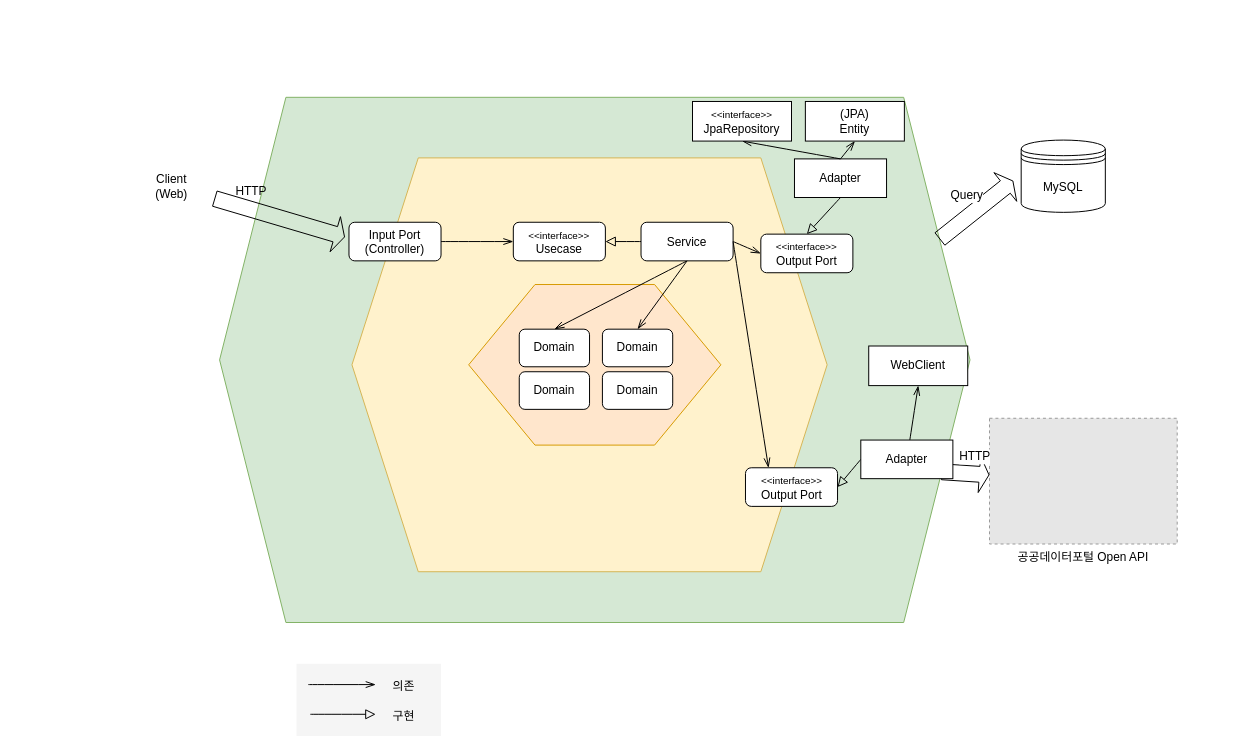
Above: TOOU 아키텍처.drawio in hunnypooh/drawio (draw.io), before the change. Source tidied: cells renumbered, new cells numbered last; positions are measured from the earlier drawing's top-left corner, leaving out a move shared by most shapes. Both pictures are drawn from the tidied source at 99%, with x=0, y=0 at pixel (135, 97). Pictures stored in the file or linked from it are replaced by grey dashed boxes.
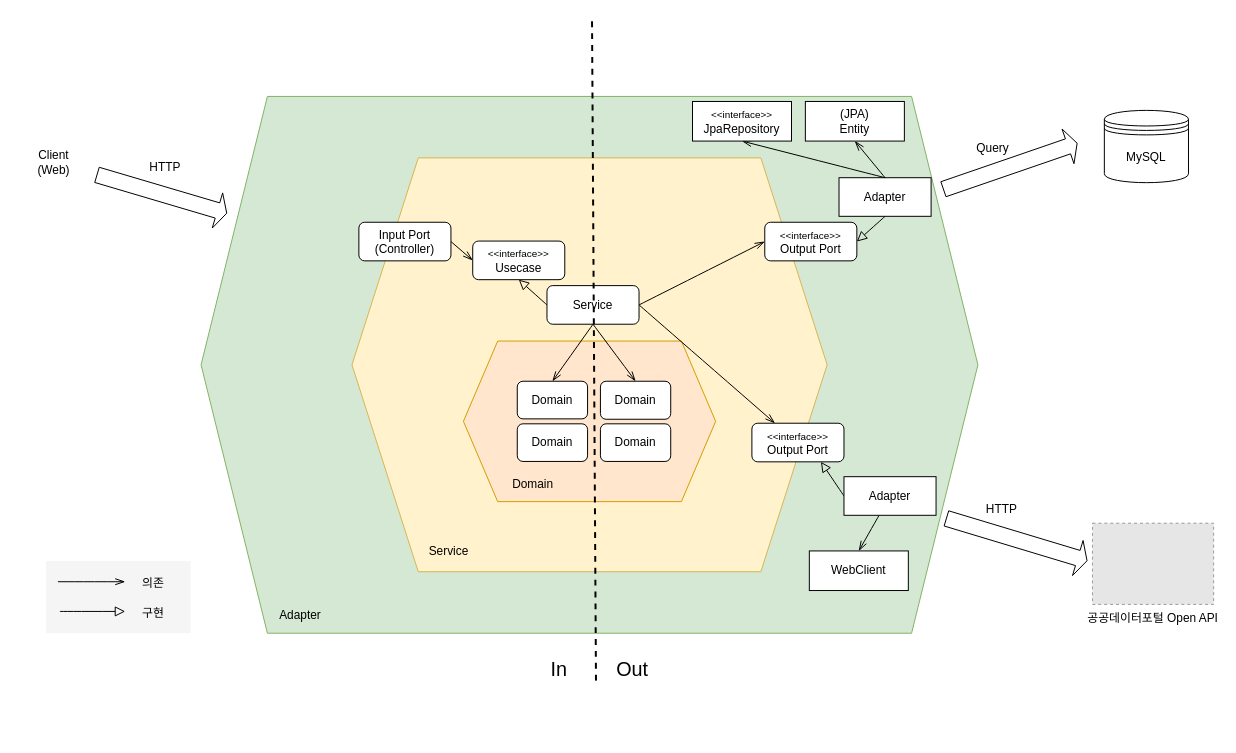
The same page after the edit.

Commit message (it also covers changes not shown here):
TOOU 아키텍처.drawio 업데이트

What changed in the source:
```diff
@@
     <mxCell id="2" style="rounded=0;whiteSpace=wrap;html=1;fillColor=#f5f5f5;fontColor=#333333;strokeColor=none;" parent="1" vertex="1">
-      <mxGeometry x="163" y="572" width="146" height="73" as="geometry" />
+      <mxGeometry x="-90" y="468.1" width="146" height="73" as="geometry" />
     </mxCell>
     <mxCell id="3" style="shape=hexagon;perimeter=hexagonPerimeter2;whiteSpace=wrap;html=1;fixedSize=1;size=67;strokeColor=#82b366;fillColor=#d5e8d4;" parent="1" vertex="1">
-      <mxGeometry x="85.3" y="-0.2" width="758" height="530.5" as="geometry" />
+      <mxGeometry x="66.6" y="-1.1" width="784.7" height="542.2" as="geometry" />
     </mxCell>
@@
     <mxCell id="5" style="shape=flexArrow;endArrow=classic;html=1;rounded=0;fontSize=12;startSize=8;endSize=2.92;curved=1;width=16;" parent="1" edge="1">
       <mxGeometry relative="1" as="geometry">
-        <mxPoint x="80" y="102" as="sourcePoint" />
-        <mxPoint x="212" y="141" as="targetPoint" />
+        <mxPoint x="-39" y="78" as="sourcePoint" />
+        <mxPoint x="93" y="117" as="targetPoint" />
       </mxGeometry>
     </mxCell>
     <mxCell id="6" value="HTTP" style="text;html=1;align=center;verticalAlign=middle;whiteSpace=wrap;rounded=0;rotation=0;" parent="1" vertex="1">
-      <mxGeometry x="85" y="78" width="65" height="34" as="geometry" />
+      <mxGeometry x="-2" y="54" width="65" height="34" as="geometry" />
     </mxCell>
     <mxCell id="7" value="Client&lt;div&gt;(Web)&lt;/div&gt;" style="text;html=1;align=center;verticalAlign=middle;whiteSpace=wrap;rounded=0;" parent="1" vertex="1">
-      <mxGeometry y="67" width="74" height="45" as="geometry" />
+      <mxGeometry x="-119" y="43" width="74" height="45" as="geometry" />
     </mxCell>
-    <mxCell id="8" style="shape=flexArrow;endArrow=classic;html=1;rounded=0;fontSize=12;startSize=8;endSize=2.92;curved=1;width=16;exitX=1;exitY=0.25;exitDx=0;exitDy=0;" parent="1" edge="1" source="3">
+    <mxCell id="8" style="shape=flexArrow;endArrow=classic;html=1;rounded=0;fontSize=12;startSize=8;endSize=2.92;curved=1;width=16;exitX=0.952;exitY=0.212;exitDx=0;exitDy=0;exitPerimeter=0;" parent="1" edge="1">
       <mxGeometry relative="1" as="geometry">
-        <mxPoint x="887" y="84" as="targetPoint" />
+        <mxPoint x="816" y="92.8" as="sourcePoint" />
+        <mxPoint x="952" y="46" as="targetPoint" />
       </mxGeometry>
     </mxCell>
@@
     <mxCell id="10" value="MySQL" style="shape=datastore;whiteSpace=wrap;html=1;" parent="1" vertex="1">
-      <mxGeometry x="895" y="43" width="85" height="73" as="geometry" />
+      <mxGeometry x="979" y="13" width="85" height="73" as="geometry" />
     </mxCell>
     <mxCell id="11" value="공공데이터포털 Open API" style="fillColor=#E6E6E6;strokeColor=#999999;dashed=1;verticalLabelPosition=bottom;labelBackgroundColor=default;verticalAlign=top;" parent="1" vertex="1">
-      <mxGeometry x="863" y="324" width="189.6" height="127" as="geometry" />
+      <mxGeometry x="967" y="430" width="122.4" height="82" as="geometry" />
     </mxCell>
-    <mxCell id="12" style="shape=flexArrow;endArrow=classic;html=1;rounded=0;fontSize=12;startSize=8;endSize=2.92;curved=1;width=16;exitX=0.962;exitY=0.713;exitDx=0;exitDy=0;exitPerimeter=0;" parent="1" edge="1" source="3" target="11">
-      <mxGeometry relative="1" as="geometry" />
-    </mxCell>
-    <mxCell id="13" value="HTTP" style="edgeLabel;html=1;align=center;verticalAlign=middle;fontSize=12;" parent="12" vertex="1">
-      <mxGeometry x="-0.29" y="5" relative="1" as="geometry">
-        <mxPoint x="16" y="-12" as="offset" />
-      </mxGeometry>
-    </mxCell>
-    <mxCell id="14" style="shape=hexagon;perimeter=hexagonPerimeter2;whiteSpace=wrap;html=1;fixedSize=1;size=67;strokeColor=#d79b00;fillColor=#ffe6cc;" parent="1" vertex="1">
-      <mxGeometry x="336.9" y="188.9" width="254.8" height="162.2" as="geometry" />
+    <mxCell id="14" style="shape=hexagon;perimeter=hexagonPerimeter2;whiteSpace=wrap;html=1;fixedSize=1;size=34.61529411764744;strokeColor=#d79b00;fillColor=#ffe6cc;" parent="1" vertex="1">
+      <mxGeometry x="331.6" y="246" width="254.8" height="162.2" as="geometry" />
     </mxCell>
@@
     <mxCell id="16" value="Adapter" style="rounded=1;whiteSpace=wrap;html=1;rotation=0;arcSize=0;" parent="1" vertex="1">
-      <mxGeometry x="666" y="62" width="93" height="39" as="geometry" />
+      <mxGeometry x="711" y="81" width="93" height="39" as="geometry" />
     </mxCell>
     <mxCell id="17" value="&lt;div&gt;&lt;span style=&quot;background-color: transparent; color: light-dark(rgb(0, 0, 0), rgb(255, 255, 255));&quot;&gt;Domain&lt;/span&gt;&lt;/div&gt;" style="rounded=1;whiteSpace=wrap;html=1;rotation=0;" parent="1" vertex="1">
-      <mxGeometry x="388" y="234" width="71" height="38" as="geometry" />
+      <mxGeometry x="386" y="286.6" width="71" height="38" as="geometry" />
     </mxCell>
@@
-    <mxCell id="19" style="edgeStyle=none;curved=1;rounded=0;jettySize=auto;html=1;entryX=0.5;entryY=0;entryDx=0;entryDy=0;fontSize=12;startSize=8;endSize=8;endArrow=block;endFill=0;exitX=0.5;exitY=1;exitDx=0;exitDy=0;" parent="1" edge="1" source="16" target="28">
+    <mxCell id="19" style="edgeStyle=none;curved=1;rounded=0;jettySize=auto;html=1;entryX=1;entryY=0.5;entryDx=0;entryDy=0;fontSize=12;startSize=8;endSize=8;endArrow=block;endFill=0;exitX=0.5;exitY=1;exitDx=0;exitDy=0;" parent="1" edge="1" source="16" target="28">
       <mxGeometry relative="1" as="geometry" />
     </mxCell>
-    <mxCell id="20" style="edgeStyle=none;curved=1;rounded=0;jettySize=auto;html=1;entryX=1;entryY=0.5;entryDx=0;entryDy=0;fontSize=12;startSize=8;endSize=8;endArrow=block;endFill=0;exitX=0;exitY=0.5;exitDx=0;exitDy=0;" parent="1" edge="1" source="32" target="29">
+    <mxCell id="20" style="edgeStyle=none;curved=1;rounded=0;jettySize=auto;html=1;entryX=0.75;entryY=1;entryDx=0;entryDy=0;fontSize=12;startSize=8;endSize=8;endArrow=block;endFill=0;exitX=0;exitY=0.5;exitDx=0;exitDy=0;" parent="1" edge="1" source="32" target="29">
       <mxGeometry relative="1" as="geometry" />
     </mxCell>
@@
-    <mxCell id="22" style="edgeStyle=none;curved=1;rounded=0;jettySize=auto;html=1;fontSize=12;startSize=8;endSize=8;endArrow=openThin;endFill=0;entryX=0.5;entryY=1;entryDx=0;entryDy=0;" parent="1" edge="1" source="32" target="33">
+    <mxCell id="22" style="edgeStyle=none;curved=1;rounded=0;jettySize=auto;html=1;fontSize=12;startSize=8;endSize=8;endArrow=openThin;endFill=0;entryX=0.5;entryY=0;entryDx=0;entryDy=0;" parent="1" edge="1" source="32" target="33">
       <mxGeometry relative="1" as="geometry" />
     </mxCell>
-    <mxCell id="23" style="edgeStyle=none;curved=1;rounded=0;jettySize=auto;html=1;entryX=1;entryY=0.5;entryDx=0;entryDy=0;fontSize=12;startSize=8;endSize=8;endArrow=block;endFill=0;exitX=0;exitY=0.5;exitDx=0;exitDy=0;" parent="1" edge="1" source="35" target="34">
+    <mxCell id="23" style="edgeStyle=none;curved=1;rounded=0;jettySize=auto;html=1;entryX=0.5;entryY=1;entryDx=0;entryDy=0;fontSize=12;startSize=8;endSize=8;endArrow=block;endFill=0;exitX=0;exitY=0.5;exitDx=0;exitDy=0;" parent="1" edge="1" source="35" target="34">
       <mxGeometry relative="1" as="geometry" />
     </mxCell>
@@
     <mxCell id="27" value="Input Port&lt;div&gt;(Controller)&lt;/div&gt;" style="rounded=1;whiteSpace=wrap;html=1;rotation=0;" parent="1" vertex="1">
-      <mxGeometry x="216" y="126" width="93" height="39" as="geometry" />
+      <mxGeometry x="226" y="126" width="93" height="39" as="geometry" />
     </mxCell>
     <mxCell id="28" value="&lt;div&gt;&lt;span style=&quot;font-size: 10px;&quot;&gt;&amp;lt;&amp;lt;interface&amp;gt;&amp;gt;&lt;/span&gt;&lt;/div&gt;Output Port" style="rounded=1;whiteSpace=wrap;html=1;rotation=0;" parent="1" vertex="1">
-      <mxGeometry x="632" y="138" width="93" height="39" as="geometry" />
+      <mxGeometry x="636" y="126" width="93" height="39" as="geometry" />
     </mxCell>
     <mxCell id="29" value="&lt;div&gt;&lt;span style=&quot;font-size: 10px;&quot;&gt;&amp;lt;&amp;lt;interface&amp;gt;&amp;gt;&lt;/span&gt;&lt;/div&gt;Output Port" style="rounded=1;whiteSpace=wrap;html=1;rotation=0;" parent="1" vertex="1">
-      <mxGeometry x="616.5" y="374" width="93" height="39" as="geometry" />
+      <mxGeometry x="623" y="329" width="93" height="39" as="geometry" />
     </mxCell>
@@
     <mxCell id="32" value="Adapter" style="rounded=1;whiteSpace=wrap;html=1;rotation=0;arcSize=0;" parent="1" vertex="1">
-      <mxGeometry x="733" y="346" width="93" height="39" as="geometry" />
+      <mxGeometry x="716" y="383" width="93" height="39" as="geometry" />
     </mxCell>
     <mxCell id="33" value="WebClient" style="whiteSpace=wrap;html=1;rotation=0;" parent="1" vertex="1">
-      <mxGeometry x="741" y="251" width="100" height="40" as="geometry" />
+      <mxGeometry x="681" y="458" width="100" height="40" as="geometry" />
     </mxCell>
     <mxCell id="34" value="&lt;div&gt;&lt;span style=&quot;font-size: 10px;&quot;&gt;&amp;lt;&amp;lt;interface&amp;gt;&amp;gt;&lt;/span&gt;&lt;/div&gt;Usecase" style="rounded=1;whiteSpace=wrap;html=1;rotation=0;" parent="1" vertex="1">
-      <mxGeometry x="382" y="126" width="93" height="39" as="geometry" />
+      <mxGeometry x="341" y="145" width="93" height="39" as="geometry" />
     </mxCell>
     <mxCell id="35" value="&lt;div&gt;&lt;span style=&quot;background-color: transparent; color: light-dark(rgb(0, 0, 0), rgb(255, 255, 255));&quot;&gt;Service&lt;/span&gt;&lt;/div&gt;" style="rounded=1;whiteSpace=wrap;html=1;rotation=0;" parent="1" vertex="1">
-      <mxGeometry x="511" y="126" width="93" height="39" as="geometry" />
+      <mxGeometry x="416" y="190" width="93" height="39" as="geometry" />
     </mxCell>
@@
     <mxCell id="37" value="&lt;div&gt;&lt;span style=&quot;background-color: transparent; color: light-dark(rgb(0, 0, 0), rgb(255, 255, 255));&quot;&gt;Domain&lt;/span&gt;&lt;/div&gt;" style="rounded=1;whiteSpace=wrap;html=1;rotation=0;" parent="1" vertex="1">
-      <mxGeometry x="472" y="277" width="71" height="38" as="geometry" />
+      <mxGeometry x="470" y="329.6" width="71" height="38" as="geometry" />
     </mxCell>
     <mxCell id="38" value="&lt;div&gt;&lt;span style=&quot;background-color: transparent; color: light-dark(rgb(0, 0, 0), rgb(255, 255, 255));&quot;&gt;Domain&lt;/span&gt;&lt;/div&gt;" style="rounded=1;whiteSpace=wrap;html=1;rotation=0;" parent="1" vertex="1">
-      <mxGeometry x="388" y="277" width="71" height="38" as="geometry" />
+      <mxGeometry x="386" y="329.6" width="71" height="38" as="geometry" />
     </mxCell>
     <mxCell id="39" value="&lt;div&gt;&lt;span style=&quot;background-color: transparent; color: light-dark(rgb(0, 0, 0), rgb(255, 255, 255));&quot;&gt;Domain&lt;/span&gt;&lt;/div&gt;" style="rounded=1;whiteSpace=wrap;html=1;rotation=0;" parent="1" vertex="1">
-      <mxGeometry x="472" y="234" width="71" height="38" as="geometry" />
+      <mxGeometry x="470" y="286.6" width="71" height="38.4" as="geometry" />
     </mxCell>
@@
     <mxCell id="41" style="edgeStyle=none;curved=1;rounded=0;orthogonalLoop=1;jettySize=auto;html=1;fontSize=12;startSize=8;endSize=8;endArrow=openThin;endFill=0;exitX=1;exitY=0.5;exitDx=0;exitDy=0;" parent="1" edge="1">
       <mxGeometry relative="1" as="geometry">
-        <mxPoint x="175" y="593" as="sourcePoint" />
-        <mxPoint x="243" y="593" as="targetPoint" />
+        <mxPoint x="-78" y="489.1" as="sourcePoint" />
+        <mxPoint x="-10" y="489.1" as="targetPoint" />
       </mxGeometry>
     </mxCell>
     <mxCell id="42" value="의존" style="text;html=1;align=center;verticalAlign=middle;strokeColor=none;fillColor=none;" parent="1" vertex="1">
-      <mxGeometry x="251" y="582" width="39" height="26" as="geometry" />
+      <mxGeometry x="-2" y="478.1" width="39" height="26" as="geometry" />
     </mxCell>
     <mxCell id="43" style="edgeStyle=none;curved=1;rounded=0;orthogonalLoop=1;jettySize=auto;html=1;fontSize=12;startSize=8;endSize=8;endArrow=block;endFill=0;" parent="1" edge="1">
       <mxGeometry relative="1" as="geometry">
-        <mxPoint x="177" y="623" as="sourcePoint" />
-        <mxPoint x="243" y="623" as="targetPoint" />
+        <mxPoint x="-76" y="519.1" as="sourcePoint" />
+        <mxPoint x="-10" y="519.1" as="targetPoint" />
       </mxGeometry>
     </mxCell>
     <mxCell id="44" value="구현" style="text;html=1;align=center;verticalAlign=middle;strokeColor=none;fillColor=none;" parent="1" vertex="1">
-      <mxGeometry x="251" y="612" width="39" height="26" as="geometry" />
+      <mxGeometry x="-2" y="508.1" width="39" height="26" as="geometry" />
     </mxCell>
+    <mxCell id="45" style="endArrow=none;dashed=1;html=1;rounded=1;strokeWidth=2;curved=0;" parent="1" edge="1">
+      <mxGeometry relative="1" as="geometry">
+        <mxPoint x="465.5" y="589" as="sourcePoint" />
+        <mxPoint x="461.5" y="-80" as="targetPoint" />
+      </mxGeometry>
+    </mxCell>
+    <mxCell id="46" value="In" style="text;html=1;align=center;verticalAlign=middle;strokeColor=none;fillColor=none;fontSize=20;" parent="1" vertex="1">
+      <mxGeometry x="410" y="559" width="35" height="36" as="geometry" />
+    </mxCell>
+    <mxCell id="47" value="Out" style="text;html=1;align=center;verticalAlign=middle;strokeColor=none;fillColor=none;fontSize=20;" parent="1" vertex="1">
+      <mxGeometry x="476.5" y="559" width="50" height="36" as="geometry" />
+    </mxCell>
+    <mxCell id="48" style="shape=flexArrow;endArrow=classic;html=1;rounded=0;fontSize=12;startSize=8;endSize=2.92;curved=1;width=16;" parent="1" edge="1">
+      <mxGeometry relative="1" as="geometry">
+        <mxPoint x="819" y="425" as="sourcePoint" />
+        <mxPoint x="962" y="468.1" as="targetPoint" />
+      </mxGeometry>
+    </mxCell>
+    <mxCell id="13" value="HTTP" style="edgeLabel;html=1;align=center;verticalAlign=middle;fontSize=12;" parent="48" vertex="1">
+      <mxGeometry x="-0.29" y="5" relative="1" as="geometry">
+        <mxPoint x="3" y="-20" as="offset" />
+      </mxGeometry>
+    </mxCell>
+    <mxCell id="49" value="Adapter" style="text;html=1;align=center;verticalAlign=middle;whiteSpace=wrap;rounded=0;" parent="1" vertex="1">
+      <mxGeometry x="137" y="508.1" width="60" height="30" as="geometry" />
+    </mxCell>
+    <mxCell id="50" value="Service" style="text;html=1;align=center;verticalAlign=middle;whiteSpace=wrap;rounded=0;" parent="1" vertex="1">
+      <mxGeometry x="287" y="444" width="60" height="30" as="geometry" />
+    </mxCell>
+    <mxCell id="51" value="Domain" style="text;html=1;align=center;verticalAlign=middle;whiteSpace=wrap;rounded=0;" parent="1" vertex="1">
+      <mxGeometry x="372" y="376" width="60" height="30" as="geometry" />
+    </mxCell>
```
